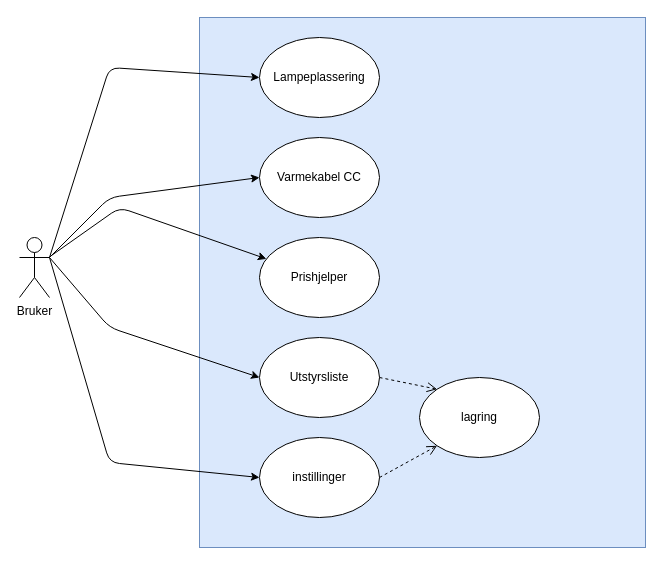
Before: use_case.drawio in Tzzapp/Tzzapp-Drawings, a draw.io diagram. Source tidied: cells renumbered, new cells numbered last; positions are measured from the earlier drawing's top-left corner, leaving out a move shared by most shapes. Both pictures are drawn from the tidied source at 100%, with x=0, y=0 at pixel (19, 17).
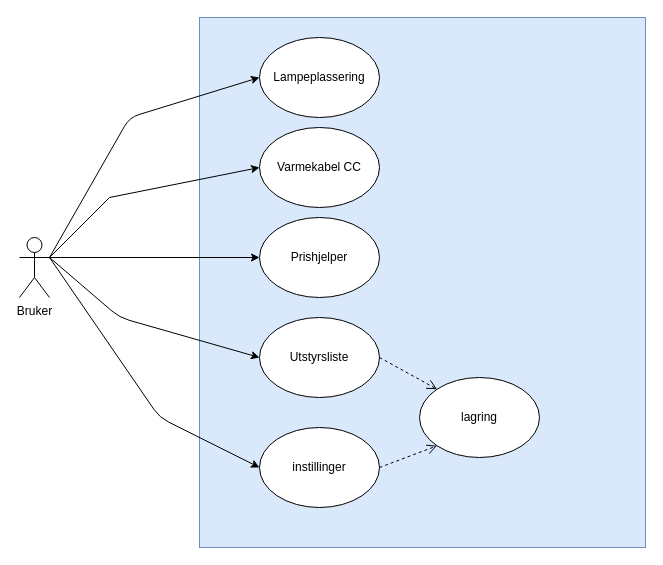
After the change.

The change refers to these unchanged cells:
```xml
<mxCell id="2" value="Bruker" style="shape=umlActor;verticalLabelPosition=bottom;labelBackgroundColor=#ffffff;verticalAlign=top;html=1;outlineConnect=0;" parent="1" vertex="1">
  <mxGeometry y="220" width="30" height="60" as="geometry" />
</mxCell>
<mxCell id="4" value="Lampeplassering" style="ellipse;whiteSpace=wrap;html=1;" parent="1" vertex="1">
  <mxGeometry x="240" y="20" width="120" height="80" as="geometry" />
</mxCell>
```

What changed in the source:
```diff
@@
     <mxCell id="5" value="Varmekabel CC" style="ellipse;whiteSpace=wrap;html=1;" parent="1" vertex="1">
-      <mxGeometry x="240" y="120" width="120" height="80" as="geometry" />
+      <mxGeometry x="240" y="110" width="120" height="80" as="geometry" />
     </mxCell>
     <mxCell id="6" value="Utstyrsliste" style="ellipse;whiteSpace=wrap;html=1;" parent="1" vertex="1">
-      <mxGeometry x="240" y="320" width="120" height="80" as="geometry" />
+      <mxGeometry x="240" y="300" width="120" height="80" as="geometry" />
     </mxCell>
     <mxCell id="7" value="instillinger" style="ellipse;whiteSpace=wrap;html=1;" parent="1" vertex="1">
-      <mxGeometry x="240" y="420" width="120" height="80" as="geometry" />
+      <mxGeometry x="240" y="410" width="120" height="80" as="geometry" />
     </mxCell>
     <mxCell id="8" style="endArrow=classic;html=1;exitX=1;exitY=0.3333333333333333;exitDx=0;exitDy=0;exitPerimeter=0;entryX=0;entryY=0.5;entryDx=0;entryDy=0;" parent="1" edge="1" source="2" target="4">
       <mxGeometry relative="1" as="geometry">
         <Array as="points">
-          <mxPoint x="90" y="50" />
+          <mxPoint x="110" y="100" />
         </Array>
       </mxGeometry>
     </mxCell>
-    <mxCell id="9" style="endArrow=classic;html=1;exitX=1;exitY=0.3333333333333333;exitDx=0;exitDy=0;exitPerimeter=0;entryX=0;entryY=0.5;entryDx=0;entryDy=0;" parent="1" edge="1" source="2" target="5">
+    <mxCell id="9" style="endArrow=classic;html=1;exitX=1;exitY=0.3333333333333333;exitDx=0;exitDy=0;exitPerimeter=0;entryX=0;entryY=0.5;entryDx=0;entryDy=0;rounded=0;strokeColor=#000000;" parent="1" edge="1" source="2" target="5">
       <mxGeometry relative="1" as="geometry">
         <Array as="points">
           <mxPoint x="90" y="180" />
         </Array>
       </mxGeometry>
     </mxCell>
     <mxCell id="10" style="endArrow=classic;html=1;entryX=0;entryY=0.5;entryDx=0;entryDy=0;exitX=1;exitY=0.3333333333333333;exitDx=0;exitDy=0;exitPerimeter=0;" parent="1" edge="1" source="2" target="6">
       <mxGeometry relative="1" as="geometry">
         <Array as="points">
-          <mxPoint x="90" y="310" />
+          <mxPoint x="100" y="300" />
         </Array>
       </mxGeometry>
     </mxCell>
     <mxCell id="11" style="endArrow=classic;html=1;exitX=1;exitY=0.3333333333333333;exitDx=0;exitDy=0;exitPerimeter=0;entryX=0;entryY=0.5;entryDx=0;entryDy=0;" parent="1" edge="1" source="2" target="7">
       <mxGeometry relative="1" as="geometry">
         <Array as="points">
-          <mxPoint x="90" y="445" />
+          <mxPoint x="140" y="400" />
         </Array>
       </mxGeometry>
     </mxCell>
@@
     <mxCell id="15" value="Prishjelper" style="ellipse;whiteSpace=wrap;html=1;" parent="1" vertex="1">
-      <mxGeometry x="240" y="220" width="120" height="80" as="geometry" />
+      <mxGeometry x="240" y="200" width="120" height="80" as="geometry" />
     </mxCell>
-    <mxCell id="16" style="endArrow=classic;html=1;" parent="1" edge="1" source="2" target="15">
-      <mxGeometry relative="1" as="geometry">
-        <Array as="points">
-          <mxPoint x="100" y="190" />
-        </Array>
-      </mxGeometry>
+    <mxCell id="16" style="endArrow=classic;html=1;rounded=0;strokeColor=#000000;exitX=1;exitY=0.3333333333333333;exitDx=0;exitDy=0;exitPerimeter=0;" parent="1" edge="1" source="2" target="15">
+      <mxGeometry relative="1" as="geometry" />
     </mxCell>
```
